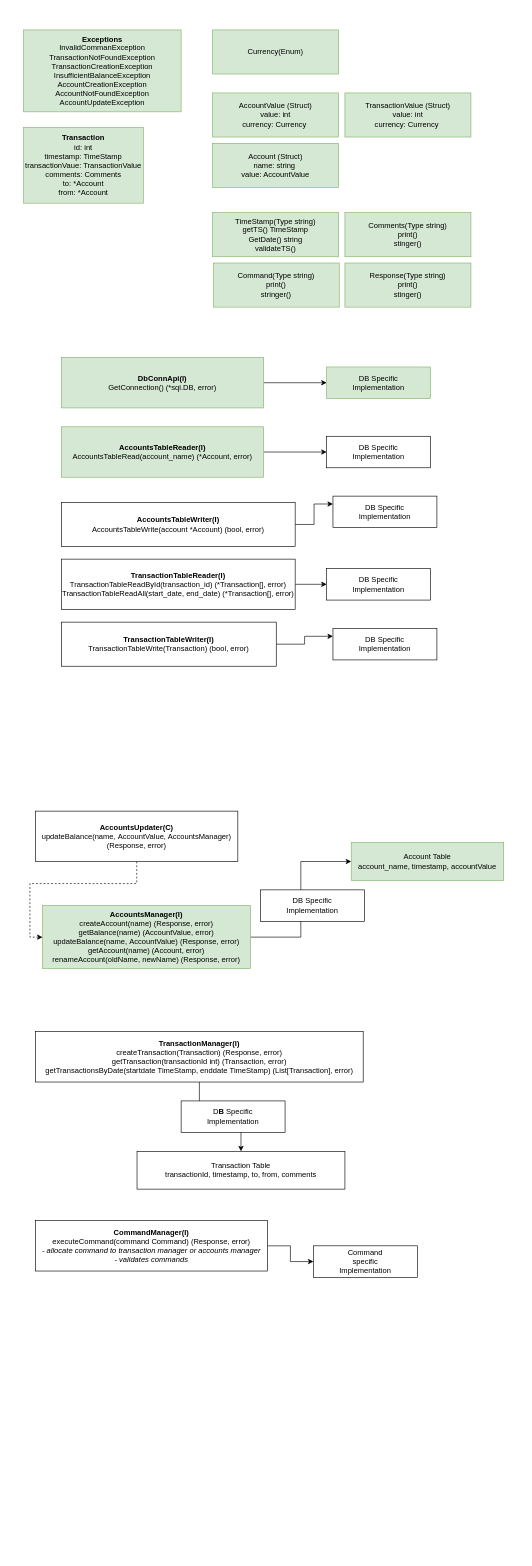
Earlier version of the draw.io diagram page "LLD" (2 of 3) of architecture/personal_finance_utility.drawio (pogo420/persofin). Source tidied: cells renumbered, new cells numbered last; positions are measured from the earlier drawing's top-left corner, leaving out a move shared by most shapes. Both pictures are drawn from the tidied source at 63%, with x=0, y=0 at pixel (23, 30).
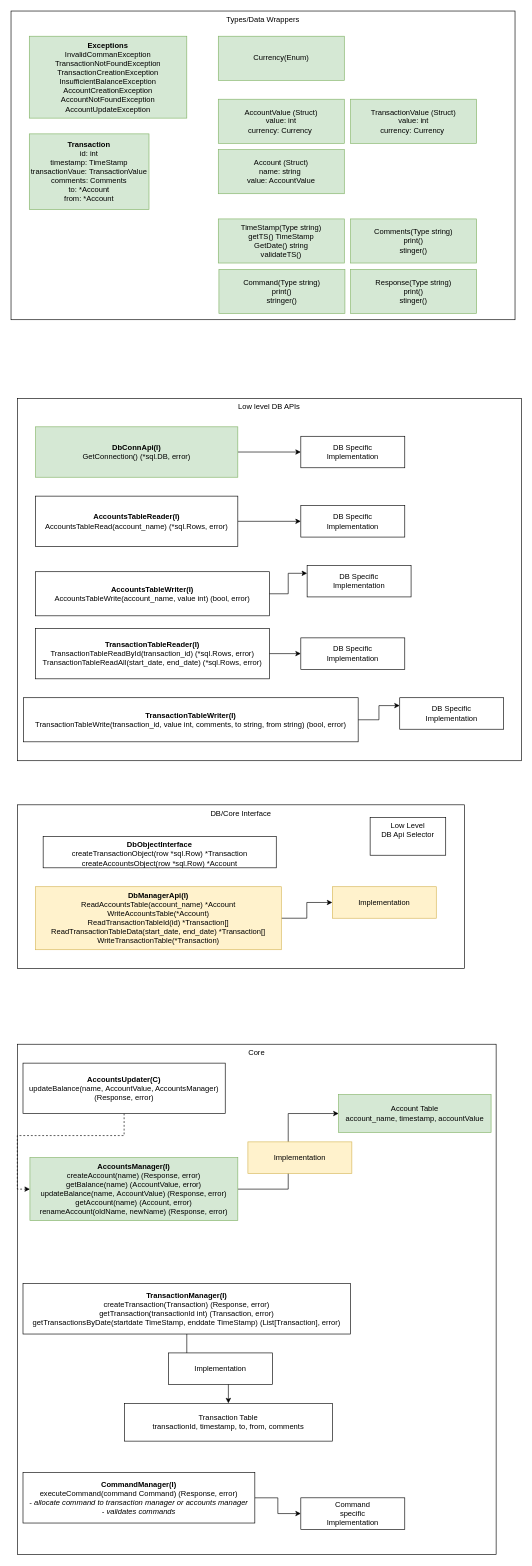
Above is the later version.

The edit, as a diff of the source:
```diff
@@
+    <mxCell id="40" value="Core" style="rounded=0;whiteSpace=wrap;html=1;verticalAlign=top;" parent="1" vertex="1">
+      <mxGeometry x="-10" y="1610" width="760" height="810" as="geometry" />
+    </mxCell>
+    <mxCell id="41" value="DB/Core Interface" style="rounded=0;whiteSpace=wrap;html=1;verticalAlign=top;" parent="1" vertex="1">
+      <mxGeometry x="-10" y="1230" width="710" height="260" as="geometry" />
+    </mxCell>
+    <mxCell id="42" value="Types/Data Wrappers" style="rounded=0;whiteSpace=wrap;html=1;verticalAlign=top;" parent="1" vertex="1">
+      <mxGeometry x="-20" y="-30" width="800" height="490" as="geometry" />
+    </mxCell>
+    <mxCell id="43" value="Low level DB APIs" style="rounded=0;whiteSpace=wrap;html=1;horizontal=1;verticalAlign=top;" parent="1" vertex="1">
+      <mxGeometry x="-10" y="585" width="800" height="575" as="geometry" />
+    </mxCell>
     <mxCell id="2" value="&lt;b&gt;Transaction&lt;/b&gt;&lt;br&gt;id: int&lt;br&gt;timestamp: TimeStamp&lt;br&gt;transactionVaue: TransactionValue&lt;br&gt;comments: Comments&lt;br&gt;to: *Account&lt;br&gt;from: *Account" style="rounded=0;whiteSpace=wrap;html=1;fillColor=#d5e8d4;strokeColor=#82b366;" parent="1" vertex="1">
-      <mxGeometry y="155" width="190" height="120" as="geometry" />
+      <mxGeometry x="9" y="165" width="190" height="120" as="geometry" />
     </mxCell>
     <mxCell id="3" value="Account (Struct)&lt;br&gt;name: string&amp;nbsp;&lt;br&gt;value: AccountValue" style="rounded=0;whiteSpace=wrap;html=1;fillColor=#d5e8d4;strokeColor=#82b366;" parent="1" vertex="1">
-      <mxGeometry x="300" y="180" width="200" height="70" as="geometry" />
+      <mxGeometry x="309" y="190" width="200" height="70" as="geometry" />
     </mxCell>
     <mxCell id="4" value="TransactionValue (Struct)&lt;br&gt;value: int&lt;br&gt;currency: Currency&amp;nbsp;" style="rounded=0;whiteSpace=wrap;html=1;fillColor=#d5e8d4;strokeColor=#82b366;" parent="1" vertex="1">
-      <mxGeometry x="510" y="100" width="200" height="70" as="geometry" />
+      <mxGeometry x="519" y="110" width="200" height="70" as="geometry" />
     </mxCell>
     <mxCell id="5" value="Currency(Enum)" style="rounded=0;whiteSpace=wrap;html=1;fillColor=#d5e8d4;strokeColor=#82b366;" parent="1" vertex="1">
-      <mxGeometry x="300" width="200" height="70" as="geometry" />
+      <mxGeometry x="309" y="10" width="200" height="70" as="geometry" />
     </mxCell>
@@
     <mxCell id="7" value="&lt;b&gt;TransactionManager(I)&lt;br&gt;&lt;/b&gt;createTransaction(Transaction) (Response, error)&lt;br&gt;getTransaction(transactionId int) (Transaction, error)&lt;br&gt;getTransactionsByDate(startdate&amp;nbsp;TimeStamp, enddate&amp;nbsp;TimeStamp) (List[Transaction], error)" style="rounded=0;whiteSpace=wrap;html=1;" parent="1" vertex="1">
-      <mxGeometry x="19" y="1590" width="520" height="80" as="geometry" />
+      <mxGeometry x="-1" y="1990" width="520" height="80" as="geometry" />
     </mxCell>
@@
     <mxCell id="9" value="&lt;b&gt;AccountsManager(I)&lt;br&gt;&lt;/b&gt;createAccount(name) (Response, error)&lt;br&gt;getBalance(name) (AccountValue, error)&lt;br&gt;updateBalance(name,&amp;nbsp;AccountValue) (Response, error)&lt;br&gt;getAccount(name) (Account, error)&lt;br&gt;renameAccount(oldName, newName) (Response, error)" style="rounded=0;whiteSpace=wrap;html=1;fillColor=#d5e8d4;strokeColor=#82b366;" parent="1" vertex="1">
-      <mxGeometry x="30" y="1390" width="330" height="100" as="geometry" />
+      <mxGeometry x="10" y="1790" width="330" height="100" as="geometry" />
     </mxCell>
     <mxCell id="10" value="Account Table&lt;br&gt;account_name, timestamp, accountValue" style="rounded=0;whiteSpace=wrap;html=1;fillColor=#d5e8d4;strokeColor=#82b366;" parent="1" vertex="1">
-      <mxGeometry x="520" y="1290" width="242" height="60" as="geometry" />
+      <mxGeometry x="500" y="1690" width="242" height="60" as="geometry" />
     </mxCell>
     <mxCell id="11" value="Transaction Table&lt;br&gt;transactionId, timestamp, to, from, comments" style="rounded=0;whiteSpace=wrap;html=1;" parent="1" vertex="1">
-      <mxGeometry x="180" y="1780" width="330" height="60" as="geometry" />
+      <mxGeometry x="160" y="2180" width="330" height="60" as="geometry" />
     </mxCell>
     <mxCell id="12" value="AccountValue (Struct)&lt;br&gt;value: int&lt;br&gt;currency: Currency&amp;nbsp;" style="rounded=0;whiteSpace=wrap;html=1;fillColor=#d5e8d4;strokeColor=#82b366;" parent="1" vertex="1">
-      <mxGeometry x="300" y="100" width="200" height="70" as="geometry" />
+      <mxGeometry x="309" y="110" width="200" height="70" as="geometry" />
     </mxCell>
     <mxCell id="13" value="Response(Type string)&lt;br&gt;print()&lt;br&gt;stinger()" style="rounded=0;whiteSpace=wrap;html=1;fillColor=#d5e8d4;strokeColor=#82b366;" parent="1" vertex="1">
-      <mxGeometry x="510" y="370" width="200" height="70" as="geometry" />
+      <mxGeometry x="519" y="380" width="200" height="70" as="geometry" />
     </mxCell>
     <mxCell id="14" value="TimeStamp(Type string)&lt;br&gt;getTS() TimeStamp&lt;br&gt;GetDate() string&lt;br&gt;validateTS()" style="rounded=0;whiteSpace=wrap;html=1;fillColor=#d5e8d4;strokeColor=#82b366;" parent="1" vertex="1">
-      <mxGeometry x="300" y="290" width="200" height="70" as="geometry" />
+      <mxGeometry x="309" y="300" width="200" height="70" as="geometry" />
     </mxCell>
@@
     <mxCell id="16" value="&lt;b&gt;AccountsUpdater(C)&lt;/b&gt;&lt;br&gt;updateBalance(name,&amp;nbsp;AccountValue, AccountsManager) (Response, error)" style="rounded=0;whiteSpace=wrap;html=1;" parent="1" vertex="1">
-      <mxGeometry x="19" y="1240" width="321" height="80" as="geometry" />
+      <mxGeometry x="-1" y="1640" width="321" height="80" as="geometry" />
     </mxCell>
@@
     <mxCell id="18" value="&lt;b&gt;CommandManager(I)&lt;br&gt;&lt;/b&gt;executeCommand(command Command) (Response, error)&lt;br&gt;&lt;i&gt;- allocate command to transaction manager or accounts manager&lt;br&gt;- validates commands&lt;br&gt;&lt;/i&gt;" style="rounded=0;whiteSpace=wrap;html=1;" parent="1" vertex="1">
-      <mxGeometry x="19" y="1890" width="368" height="80" as="geometry" />
+      <mxGeometry x="-1" y="2290" width="368" height="80" as="geometry" />
     </mxCell>
     <mxCell id="19" value="Command(Type string)&lt;br&gt;print()&lt;br&gt;stringer()" style="rounded=0;whiteSpace=wrap;html=1;fillColor=#d5e8d4;strokeColor=#82b366;" parent="1" vertex="1">
-      <mxGeometry x="301" y="370" width="200" height="70" as="geometry" />
+      <mxGeometry x="310" y="380" width="200" height="70" as="geometry" />
     </mxCell>
     <mxCell id="20" value="&lt;b&gt;Exceptions&lt;/b&gt;&lt;br&gt;InvalidCommanException&lt;br&gt;TransactionNotFoundException&lt;br&gt;TransactionCreationException&lt;br&gt;InsufficientBalanceException&lt;br&gt;AccountCreationException&lt;br&gt;AccountNotFoundException&lt;br&gt;AccountUpdateException" style="rounded=0;whiteSpace=wrap;html=1;fillColor=#d5e8d4;strokeColor=#82b366;" parent="1" vertex="1">
-      <mxGeometry width="250" height="130" as="geometry" />
+      <mxGeometry x="9" y="10" width="250" height="130" as="geometry" />
     </mxCell>
     <mxCell id="21" value="Comments(Type string)&lt;br&gt;print()&lt;br&gt;stinger()" style="rounded=0;whiteSpace=wrap;html=1;fillColor=#d5e8d4;strokeColor=#82b366;" parent="1" vertex="1">
-      <mxGeometry x="510" y="290" width="200" height="70" as="geometry" />
+      <mxGeometry x="519" y="300" width="200" height="70" as="geometry" />
     </mxCell>
-    <mxCell id="22" value="&lt;span style=&quot;font-weight: normal&quot;&gt;DB Specific &lt;br&gt;Implementation&lt;/span&gt;" style="rounded=0;whiteSpace=wrap;html=1;fontStyle=1;" parent="1" vertex="1">
-      <mxGeometry x="376" y="1365" width="165" height="50" as="geometry" />
+    <mxCell id="22" value="&lt;span style=&quot;font-weight: normal&quot;&gt;Implementation&lt;/span&gt;" style="rounded=0;whiteSpace=wrap;html=1;fontStyle=1;fillColor=#fff2cc;strokeColor=#d6b656;" parent="1" vertex="1">
+      <mxGeometry x="356" y="1765" width="165" height="50" as="geometry" />
     </mxCell>
-    <mxCell id="23" value="D&lt;b&gt;B&lt;/b&gt; Specific &lt;br&gt;Implementation" style="rounded=0;whiteSpace=wrap;html=1;" parent="1" vertex="1">
-      <mxGeometry x="250" y="1700" width="165" height="50" as="geometry" />
+    <mxCell id="23" value="Implementation" style="rounded=0;whiteSpace=wrap;html=1;" parent="1" vertex="1">
+      <mxGeometry x="230" y="2100" width="165" height="50" as="geometry" />
     </mxCell>
     <mxCell id="24" value="Command&lt;br&gt;specific &lt;br&gt;Implementation" style="rounded=0;whiteSpace=wrap;html=1;" parent="1" vertex="1">
-      <mxGeometry x="460" y="1930" width="165" height="50" as="geometry" />
+      <mxGeometry x="440" y="2330" width="165" height="50" as="geometry" />
     </mxCell>
@@
-    <mxCell id="26" value="&lt;b&gt;AccountsTableReader(I)&lt;br&gt;&lt;/b&gt;AccountsTableRead(account_name) (*Account, error)" style="rounded=0;whiteSpace=wrap;html=1;fillColor=#d5e8d4;strokeColor=#82b366;" parent="1" vertex="1">
-      <mxGeometry x="60" y="630" width="321" height="80" as="geometry" />
+    <mxCell id="26" value="&lt;b&gt;AccountsTableReader(I)&lt;br&gt;&lt;/b&gt;AccountsTableRead(account_name) (*sql.Rows, error)&lt;br&gt;" style="rounded=0;whiteSpace=wrap;html=1;" parent="1" vertex="1">
+      <mxGeometry x="19" y="740" width="321" height="80" as="geometry" />
     </mxCell>
@@
-    <mxCell id="28" value="&lt;b&gt;AccountsTableWriter(I)&lt;br&gt;&lt;/b&gt;AccountsTableWrite(account *Account) (bool, error)" style="rounded=0;whiteSpace=wrap;html=1;" parent="1" vertex="1">
-      <mxGeometry x="60" y="750" width="371" height="70" as="geometry" />
+    <mxCell id="28" value="&lt;b&gt;AccountsTableWriter(I)&lt;br&gt;&lt;/b&gt;AccountsTableWrite(account_name, value int) (bool, error)" style="rounded=0;whiteSpace=wrap;html=1;" parent="1" vertex="1">
+      <mxGeometry x="19" y="860" width="371" height="70" as="geometry" />
     </mxCell>
     <mxCell id="29" value="&lt;span style=&quot;font-weight: normal&quot;&gt;DB Specific &lt;br&gt;Implementation&lt;/span&gt;" style="rounded=0;whiteSpace=wrap;html=1;fontStyle=1;" parent="1" vertex="1">
-      <mxGeometry x="481" y="645" width="165" height="50" as="geometry" />
+      <mxGeometry x="440" y="755" width="165" height="50" as="geometry" />
     </mxCell>
     <mxCell id="30" value="&lt;span style=&quot;font-weight: normal&quot;&gt;DB Specific &lt;br&gt;Implementation&lt;/span&gt;" style="rounded=0;whiteSpace=wrap;html=1;fontStyle=1;" parent="1" vertex="1">
-      <mxGeometry x="491" y="740" width="165" height="50" as="geometry" />
+      <mxGeometry x="450" y="850" width="165" height="50" as="geometry" />
     </mxCell>
@@
-    <mxCell id="32" value="&lt;b&gt;TransactionTableReader(I)&lt;br&gt;&lt;/b&gt;TransactionTableReadById(transaction_id) (*Transaction[], error)&lt;br&gt;TransactionTableReadAll(start_date, end_date) (*Transaction[], error)" style="rounded=0;whiteSpace=wrap;html=1;" parent="1" vertex="1">
-      <mxGeometry x="60" y="840" width="371" height="80" as="geometry" />
+    <mxCell id="32" value="&lt;b&gt;TransactionTableReader(I)&lt;br&gt;&lt;/b&gt;TransactionTableReadById(transaction_id) (*sql.Rows, error)&lt;br&gt;TransactionTableReadAll(start_date, end_date) (*sql.Rows, error)" style="rounded=0;whiteSpace=wrap;html=1;" parent="1" vertex="1">
+      <mxGeometry x="19" y="950" width="371" height="80" as="geometry" />
     </mxCell>
@@
-    <mxCell id="34" value="&lt;b&gt;TransactionTableWriter(I)&lt;br&gt;&lt;/b&gt;TransactionTableWrite(Transaction) (bool, error)" style="rounded=0;whiteSpace=wrap;html=1;" parent="1" vertex="1">
-      <mxGeometry x="60" y="940" width="341" height="70" as="geometry" />
+    <mxCell id="34" value="&lt;b&gt;TransactionTableWriter(I)&lt;br&gt;&lt;/b&gt;TransactionTableWrite(transaction_id, value int, comments, to string, from string) (bool, error)" style="rounded=0;whiteSpace=wrap;html=1;" parent="1" vertex="1">
+      <mxGeometry y="1060" width="531" height="70" as="geometry" />
     </mxCell>
     <mxCell id="35" value="&lt;span style=&quot;font-weight: normal&quot;&gt;DB Specific &lt;br&gt;Implementation&lt;/span&gt;" style="rounded=0;whiteSpace=wrap;html=1;fontStyle=1;" parent="1" vertex="1">
-      <mxGeometry x="481" y="855" width="165" height="50" as="geometry" />
+      <mxGeometry x="440" y="965" width="165" height="50" as="geometry" />
     </mxCell>
     <mxCell id="36" value="&lt;span style=&quot;font-weight: normal&quot;&gt;DB Specific &lt;br&gt;Implementation&lt;/span&gt;" style="rounded=0;whiteSpace=wrap;html=1;fontStyle=1;" parent="1" vertex="1">
-      <mxGeometry x="491" y="950" width="165" height="50" as="geometry" />
+      <mxGeometry x="597" y="1060" width="165" height="50" as="geometry" />
     </mxCell>
@@
     <mxCell id="38" value="&lt;b&gt;DbConnApi(I)&lt;br&gt;&lt;/b&gt;GetConnection() (*sql.DB, error)" style="rounded=0;whiteSpace=wrap;html=1;fillColor=#d5e8d4;strokeColor=#82b366;" parent="1" vertex="1">
-      <mxGeometry x="60" y="520" width="321" height="80" as="geometry" />
+      <mxGeometry x="19" y="630" width="321" height="80" as="geometry" />
     </mxCell>
-    <mxCell id="39" value="&lt;span style=&quot;font-weight: normal&quot;&gt;DB Specific &lt;br&gt;Implementation&lt;/span&gt;" style="rounded=0;whiteSpace=wrap;html=1;fontStyle=1;fillColor=#d5e8d4;strokeColor=#82b366;" parent="1" vertex="1">
-      <mxGeometry x="481" y="535" width="165" height="50" as="geometry" />
+    <mxCell id="39" value="&lt;span style=&quot;font-weight: normal&quot;&gt;DB Specific &lt;br&gt;Implementation&lt;/span&gt;" style="rounded=0;whiteSpace=wrap;html=1;fontStyle=1;" parent="1" vertex="1">
+      <mxGeometry x="440" y="645" width="165" height="50" as="geometry" />
     </mxCell>
+    <mxCell id="44" value="&lt;b&gt;DbObjectInterface&lt;br&gt;&lt;/b&gt;createTransactionObject(row *sql.Row) *Transaction&lt;br&gt;createAccountsObject(row *sql.Row) *Account" style="rounded=0;whiteSpace=wrap;html=1;verticalAlign=top;" parent="1" vertex="1">
+      <mxGeometry x="31" y="1280" width="370" height="50" as="geometry" />
+    </mxCell>
+    <mxCell id="45" style="edgeStyle=orthogonalEdgeStyle;rounded=0;jettySize=auto;html=1;" parent="1" edge="1" source="46" target="48">
+      <mxGeometry relative="1" as="geometry" />
+    </mxCell>
+    <mxCell id="46" value="&lt;b&gt;DbManagerApi(I)&lt;br&gt;&lt;/b&gt;ReadAccountsTable(account_name) *Account&lt;br&gt;WriteAccountsTable(*Account)&lt;br&gt;ReadTransactionTableId(id) *Transaction[]&lt;br&gt;ReadTransactionTableData(start_date, end_date) *Transaction[]&lt;br&gt;WriteTransactionTable(*Transaction)" style="rounded=0;whiteSpace=wrap;html=1;verticalAlign=top;fillColor=#fff2cc;strokeColor=#d6b656;" parent="1" vertex="1">
+      <mxGeometry x="19" y="1360" width="390" height="100" as="geometry" />
+    </mxCell>
+    <mxCell id="47" value="Low Level&lt;br&gt;DB Api Selector" style="rounded=0;whiteSpace=wrap;html=1;verticalAlign=top;" parent="1" vertex="1">
+      <mxGeometry x="550" y="1250" width="120" height="60" as="geometry" />
+    </mxCell>
+    <mxCell id="48" value="&lt;span style=&quot;font-weight: normal&quot;&gt;Implementation&lt;/span&gt;" style="rounded=0;whiteSpace=wrap;html=1;fontStyle=1;fillColor=#fff2cc;strokeColor=#d6b656;" parent="1" vertex="1">
+      <mxGeometry x="490" y="1360" width="165" height="50" as="geometry" />
+    </mxCell>
```
